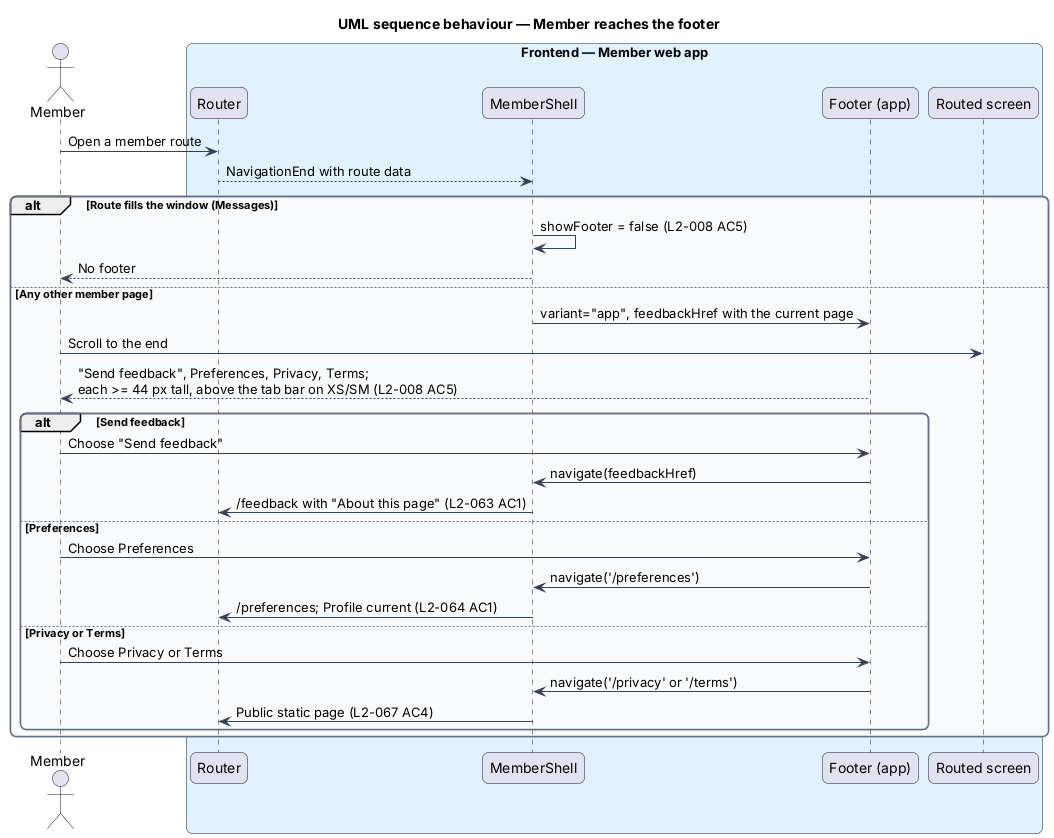
Earlier version of the PlantUML export docs/detailed-designs/member-home/navigate-member-app/diagrams/sequence-footer.png (QuinntyneBrown/christian-fitness). Its source is kept beside it as docs/detailed-designs/member-home/navigate-member-app/diagrams/sequence-footer.puml.
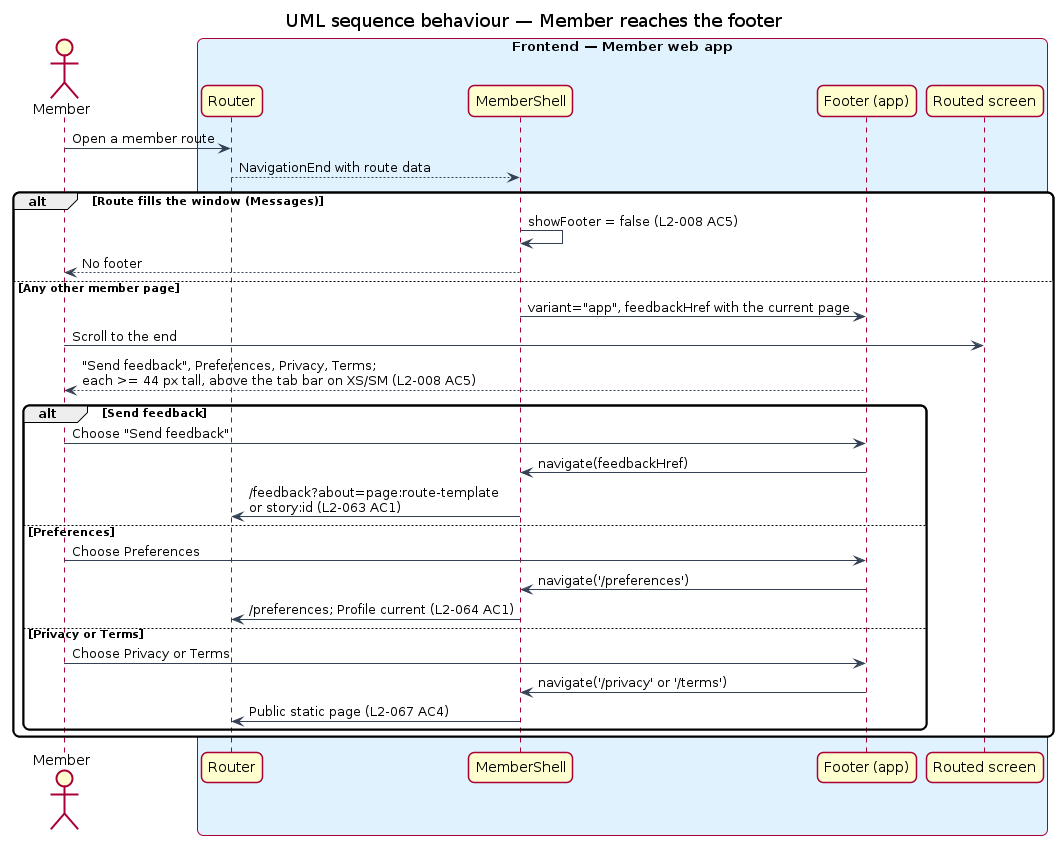
Above is the later version.

Change to the diagram source:
```diff
@@ -33,7 +33,7 @@
   alt Send feedback
     actor -> foot : Choose "Send feedback"
     foot -> shell : navigate(feedbackHref)
-    shell -> router : /feedback with "About this page" (L2-063 AC1)
+    shell -> router : /feedback?about=page:route-template\nor story:id (L2-063 AC1)
   else Preferences
     actor -> foot : Choose Preferences
     foot -> shell : navigate('/preferences')
```
